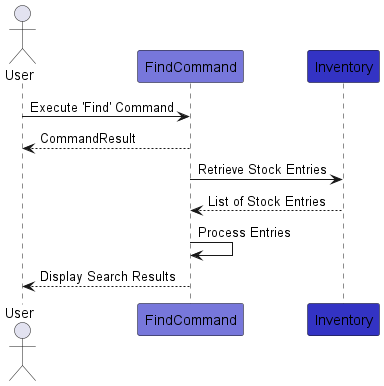
Above: docs/UML Diagrams/FindCommandDiagram.png in nus-cs2113-AY2324S1/tp (PlantUML), before the change.
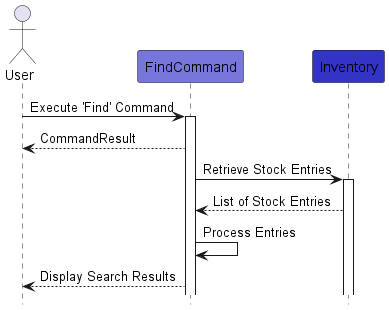
After the commit.

Commit message:
changed sequence diagram

The edit, as a diff of the source:
```diff
@@ -3,15 +3,20 @@
 !define LOGIC_COLOR #3333C4
 !define LOGIC_COLOR_T1 #7777DB
 
+hide footbox
 actor User
 participant "FindCommand" as FindCmd LOGIC_COLOR_T1
 participant "Inventory" as Inventory LOGIC_COLOR
 
 User -> FindCmd: Execute 'Find' Command
+activate FindCmd
 User <-- FindCmd: CommandResult
 FindCmd -> Inventory: Retrieve Stock Entries
+activate Inventory
 Inventory --> FindCmd: List of Stock Entries
+
 FindCmd -> FindCmd: Process Entries
 FindCmd --> User: Display Search Results
 
+
 @enduml
```
